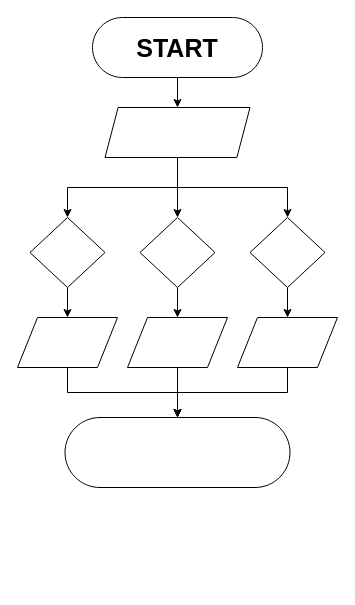
The draw.io diagram doc/Week 3 assignment.drawio in RedjaderCode/redjader, before the edit. Source tidied: cells renumbered, new cells numbered last; positions are measured from the earlier drawing's top-left corner, leaving out a move shared by most shapes. Both pictures are drawn from the tidied source at 100%, with x=0, y=0 at pixel (17, 17).
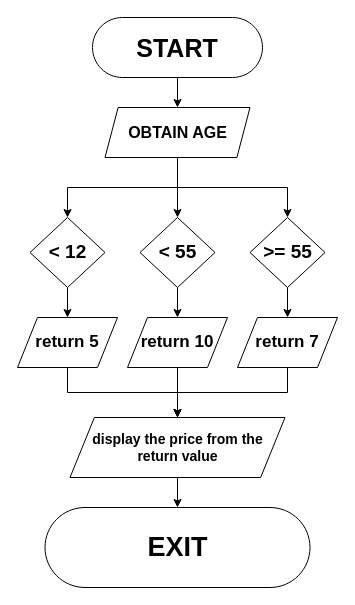
After the change.

Diff of the diagram source:
```diff
@@
-    <mxCell id="5" style="shape=parallelogram;perimeter=parallelogramPerimeter;whiteSpace=wrap;html=1;dashed=0;size=0.09051724137931035;" parent="1" vertex="1">
+    <mxCell id="5" value="&lt;b&gt;&lt;font style=&quot;font-size: 16px;&quot;&gt;OBTAIN AGE&lt;/font&gt;&lt;/b&gt;" style="shape=parallelogram;perimeter=parallelogramPerimeter;whiteSpace=wrap;html=1;dashed=0;size=0.09051724137931035;" parent="1" vertex="1">
       <mxGeometry x="87.5" y="90" width="145" height="50" as="geometry" />
     </mxCell>
@@
-    <mxCell id="7" style="shape=rhombus;html=1;dashed=0;whiteSpace=wrap;perimeter=rhombusPerimeter;" parent="1" vertex="1">
+    <mxCell id="7" value="&lt;br&gt;&lt;div&gt;&lt;b style=&quot;forced-color-adjust: none; color: rgb(0, 0, 0); font-family: Helvetica; font-size: 12px; font-style: normal; font-variant-ligatures: normal; font-variant-caps: normal; letter-spacing: normal; orphans: 2; text-align: center; text-indent: 0px; text-transform: none; widows: 2; word-spacing: 0px; -webkit-text-stroke-width: 0px; white-space: normal; background-color: rgb(251, 251, 251); text-decoration-thickness: initial; text-decoration-style: initial; text-decoration-color: initial;&quot;&gt;&lt;font style=&quot;forced-color-adjust: none; font-size: 19px;&quot;&gt;&amp;lt; 55&lt;/font&gt;&lt;/b&gt;&lt;br&gt;&lt;br&gt;&lt;/div&gt;" style="shape=rhombus;html=1;dashed=0;whiteSpace=wrap;perimeter=rhombusPerimeter;" parent="1" vertex="1">
       <mxGeometry x="122.5" y="200" width="75" height="70" as="geometry" />
     </mxCell>
@@
-    <mxCell id="9" style="shape=rhombus;html=1;dashed=0;whiteSpace=wrap;perimeter=rhombusPerimeter;" parent="1" vertex="1">
+    <mxCell id="9" value="&lt;b&gt;&lt;font style=&quot;font-size: 19px;&quot;&gt;&amp;lt; 12&lt;/font&gt;&lt;/b&gt;" style="shape=rhombus;html=1;dashed=0;whiteSpace=wrap;perimeter=rhombusPerimeter;" parent="1" vertex="1">
       <mxGeometry x="12.5" y="200" width="75" height="70" as="geometry" />
     </mxCell>
@@
-    <mxCell id="11" style="shape=rhombus;html=1;dashed=0;whiteSpace=wrap;perimeter=rhombusPerimeter;" parent="1" vertex="1">
+    <mxCell id="11" value="&lt;br&gt;&lt;div&gt;&lt;span style=&quot;font-size: 19px;&quot;&gt;&lt;b&gt;&amp;gt;= 55&lt;/b&gt;&lt;/span&gt;&lt;br&gt;&lt;br&gt;&lt;/div&gt;" style="shape=rhombus;html=1;dashed=0;whiteSpace=wrap;perimeter=rhombusPerimeter;" parent="1" vertex="1">
       <mxGeometry x="232.5" y="200" width="75" height="70" as="geometry" />
     </mxCell>
-    <mxCell id="12" style="edgeStyle=orthogonalEdgeStyle;rounded=0;jettySize=auto;html=1;" parent="1" edge="1" source="13" target="18">
-      <mxGeometry relative="1" as="geometry" />
-    </mxCell>
+    <mxCell id="21" style="edgeStyle=orthogonalEdgeStyle;rounded=0;jettySize=auto;html=1;" parent="1" edge="1" source="13" target="25">
+      <mxGeometry relative="1" as="geometry" />
+    </mxCell>
-    <mxCell id="13" style="shape=parallelogram;perimeter=parallelogramPerimeter;whiteSpace=wrap;html=1;dashed=0;" parent="1" vertex="1">
+    <mxCell id="13" value="&lt;b&gt;&lt;font style=&quot;font-size: 17px;&quot;&gt;return 5&lt;/font&gt;&lt;/b&gt;" style="shape=parallelogram;perimeter=parallelogramPerimeter;whiteSpace=wrap;html=1;dashed=0;" parent="1" vertex="1">
       <mxGeometry y="300" width="100" height="50" as="geometry" />
     </mxCell>
-    <mxCell id="14" style="edgeStyle=orthogonalEdgeStyle;rounded=0;jettySize=auto;html=1;" parent="1" edge="1" source="15" target="18">
-      <mxGeometry relative="1" as="geometry" />
-    </mxCell>
+    <mxCell id="22" style="edgeStyle=orthogonalEdgeStyle;rounded=0;jettySize=auto;html=1;" parent="1" edge="1" source="15" target="25">
+      <mxGeometry relative="1" as="geometry" />
+    </mxCell>
-    <mxCell id="15" style="shape=parallelogram;perimeter=parallelogramPerimeter;whiteSpace=wrap;html=1;dashed=0;" parent="1" vertex="1">
+    <mxCell id="15" value="&lt;b&gt;&lt;font style=&quot;font-size: 17px;&quot;&gt;return 10&lt;/font&gt;&lt;/b&gt;" style="shape=parallelogram;perimeter=parallelogramPerimeter;whiteSpace=wrap;html=1;dashed=0;" parent="1" vertex="1">
       <mxGeometry x="110" y="300" width="100" height="50" as="geometry" />
     </mxCell>
-    <mxCell id="16" style="edgeStyle=orthogonalEdgeStyle;rounded=0;jettySize=auto;html=1;" parent="1" edge="1" source="17" target="18">
-      <mxGeometry relative="1" as="geometry" />
-    </mxCell>
+    <mxCell id="23" style="edgeStyle=orthogonalEdgeStyle;rounded=0;jettySize=auto;html=1;" parent="1" edge="1" source="17" target="25">
+      <mxGeometry relative="1" as="geometry" />
+    </mxCell>
-    <mxCell id="17" style="shape=parallelogram;perimeter=parallelogramPerimeter;whiteSpace=wrap;html=1;dashed=0;" parent="1" vertex="1">
+    <mxCell id="17" value="&lt;b&gt;&lt;font style=&quot;font-size: 17px;&quot;&gt;return 7&lt;/font&gt;&lt;/b&gt;" style="shape=parallelogram;perimeter=parallelogramPerimeter;whiteSpace=wrap;html=1;dashed=0;" parent="1" vertex="1">
       <mxGeometry x="220" y="300" width="100" height="50" as="geometry" />
     </mxCell>
-    <mxCell id="18" style="html=1;dashed=0;whiteSpace=wrap;shape=mxgraph.dfd.start;" parent="1" vertex="1">
-      <mxGeometry x="47.5" y="400" width="225" height="70" as="geometry" />
-    </mxCell>
@@
+    <mxCell id="24" style="edgeStyle=orthogonalEdgeStyle;rounded=0;jettySize=auto;html=1;" parent="1" edge="1" source="25" target="26">
+      <mxGeometry relative="1" as="geometry" />
+    </mxCell>
+    <mxCell id="25" value="&lt;font size=&quot;1&quot;&gt;&lt;b style=&quot;font-size: 14px;&quot;&gt;display the price from the return value&lt;/b&gt;&lt;/font&gt;" style="shape=parallelogram;perimeter=parallelogramPerimeter;whiteSpace=wrap;html=1;dashed=0;size=0.11337209302325581;" parent="1" vertex="1">
+      <mxGeometry x="52.5" y="400" width="215" height="60" as="geometry" />
+    </mxCell>
+    <mxCell id="26" value="&lt;b&gt;&lt;font style=&quot;font-size: 27px;&quot;&gt;EXIT&lt;/font&gt;&lt;/b&gt;" style="html=1;dashed=0;whiteSpace=wrap;shape=mxgraph.dfd.start;" parent="1" vertex="1">
+      <mxGeometry x="27.5" y="490" width="265" height="80" as="geometry" />
+    </mxCell>
```
